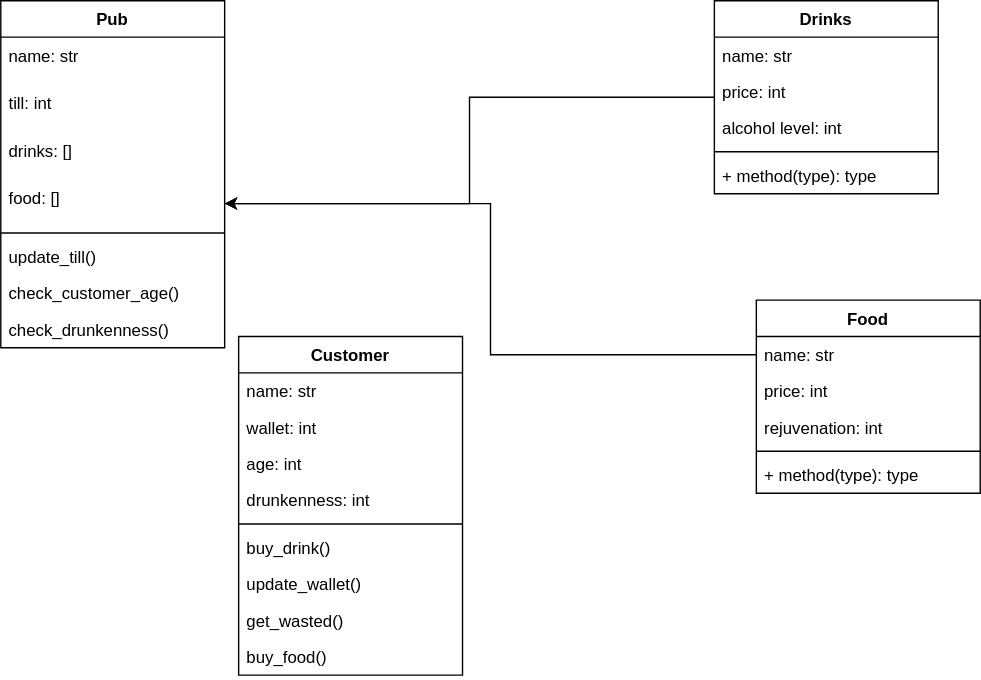
Above: Class_diagrams.svg in ecoBela/pub_lab_wk2_day3 (draw.io), before the change. Source tidied: cells renumbered, new cells last; positions are measured from the earlier drawing's top-left corner, leaving out a move shared by most shapes.
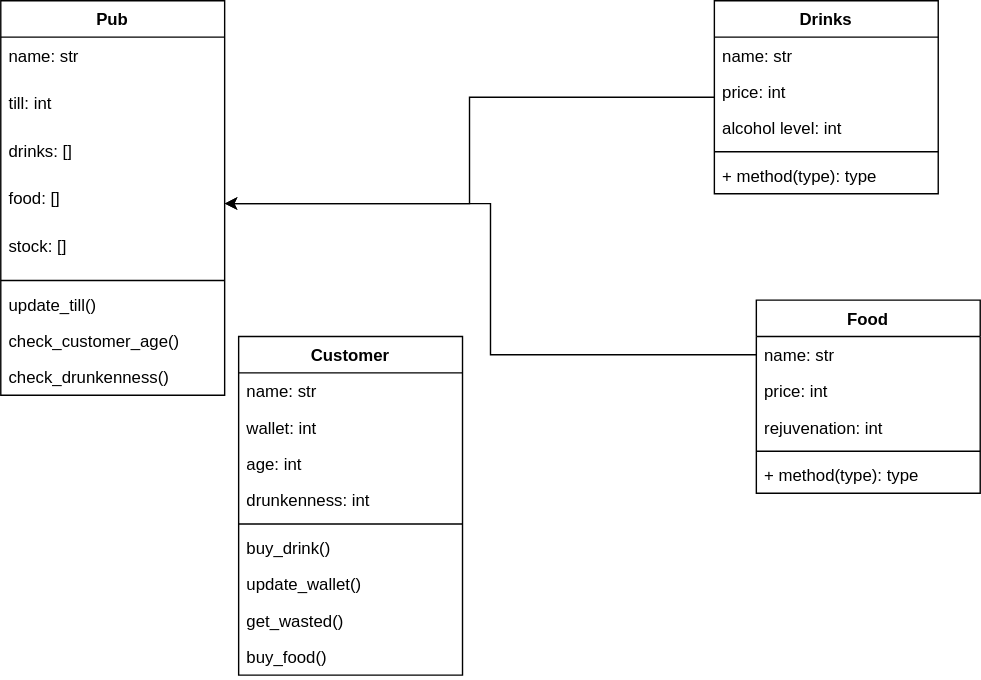
Above is the later version.

Change to the diagram source:
```diff
@@ -3,7 +3,7 @@
     <mxCell id="0" />
     <mxCell id="1" parent="0" />
     <mxCell id="2" value="Pub" style="swimlane;fontStyle=1;align=center;verticalAlign=top;horizontal=1;startSize=26;" parent="1" vertex="1">
-      <mxGeometry width="160" height="248" as="geometry" />
+      <mxGeometry width="160" height="282" as="geometry" />
     </mxCell>
     <mxCell id="3" value="name: str&#10;" style="text;strokeColor=none;fillColor=none;align=left;verticalAlign=top;spacingLeft=4;spacingRight=4;overflow=hidden;" parent="2" vertex="1">
       <mxGeometry y="26" width="160" height="34" as="geometry" />
@@ -17,17 +17,20 @@
     <mxCell id="6" value="food: []" style="text;strokeColor=none;fillColor=none;align=left;verticalAlign=top;spacingLeft=4;spacingRight=4;overflow=hidden;points=[[0,0.5],[1,0.5]];portConstraint=eastwest;" parent="2" vertex="1">
       <mxGeometry y="128" width="160" height="34" as="geometry" />
     </mxCell>
+    <mxCell id="35" value="stock: []" style="text;strokeColor=none;fillColor=none;align=left;verticalAlign=top;spacingLeft=4;spacingRight=4;overflow=hidden;" parent="2" vertex="1">
+      <mxGeometry y="162" width="160" height="34" as="geometry" />
+    </mxCell>
     <mxCell id="7" style="line;strokeWidth=1;fillColor=none;align=left;verticalAlign=middle;spacingTop=-1;spacingLeft=3;spacingRight=3;labelPosition=right;" parent="2" vertex="1">
-      <mxGeometry y="162" width="160" height="8" as="geometry" />
+      <mxGeometry y="196" width="160" height="8" as="geometry" />
     </mxCell>
     <mxCell id="8" value="update_till()" style="text;strokeColor=none;fillColor=none;align=left;verticalAlign=top;spacingLeft=4;spacingRight=4;overflow=hidden;" parent="2" vertex="1">
-      <mxGeometry y="170" width="160" height="26" as="geometry" />
+      <mxGeometry y="204" width="160" height="26" as="geometry" />
     </mxCell>
     <mxCell id="9" value="check_customer_age()" style="text;strokeColor=none;fillColor=none;align=left;verticalAlign=top;spacingLeft=4;spacingRight=4;overflow=hidden;" parent="2" vertex="1">
-      <mxGeometry y="196" width="160" height="26" as="geometry" />
+      <mxGeometry y="230" width="160" height="26" as="geometry" />
     </mxCell>
     <mxCell id="10" value="check_drunkenness()" style="text;strokeColor=none;fillColor=none;align=left;verticalAlign=top;spacingLeft=4;spacingRight=4;overflow=hidden;" parent="2" vertex="1">
-      <mxGeometry y="222" width="160" height="26" as="geometry" />
+      <mxGeometry y="256" width="160" height="26" as="geometry" />
     </mxCell>
     <mxCell id="11" style="edgeStyle=orthogonalEdgeStyle;rounded=0;jettySize=auto;html=1;" parent="1" edge="1" source="12" target="6">
       <mxGeometry relative="1" as="geometry" />
```
